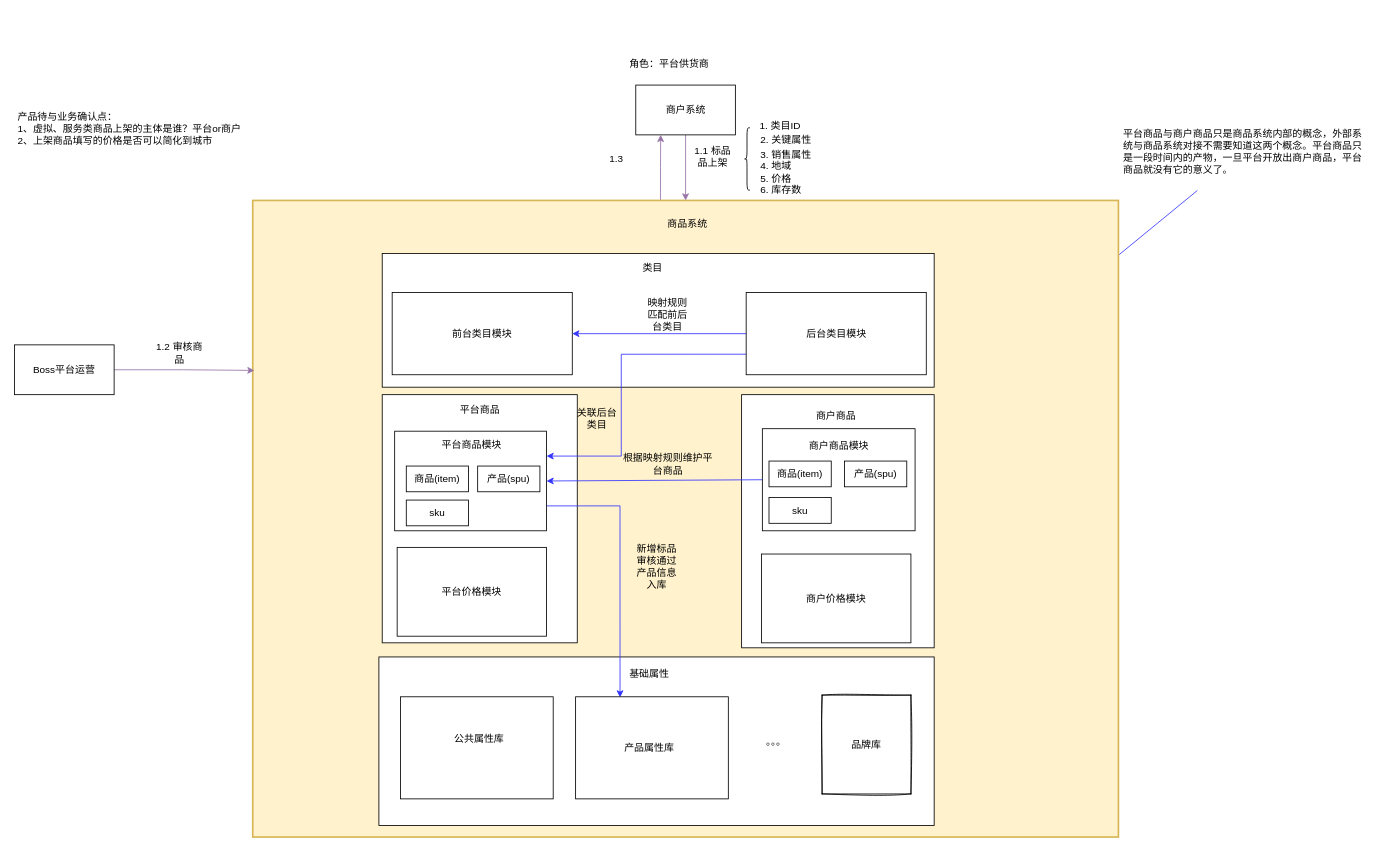
Earlier version of the draw.io diagram page "Page-8" (8 of 8) of docs/租赁平台.drawio (lokiworks/codebase). Source tidied: cells renumbered, new cells numbered last; positions are measured from the earlier drawing's top-left corner, leaving out a move shared by most shapes. Both pictures are drawn from the tidied source at 83%, with x=0, y=0 at pixel (14, 52).
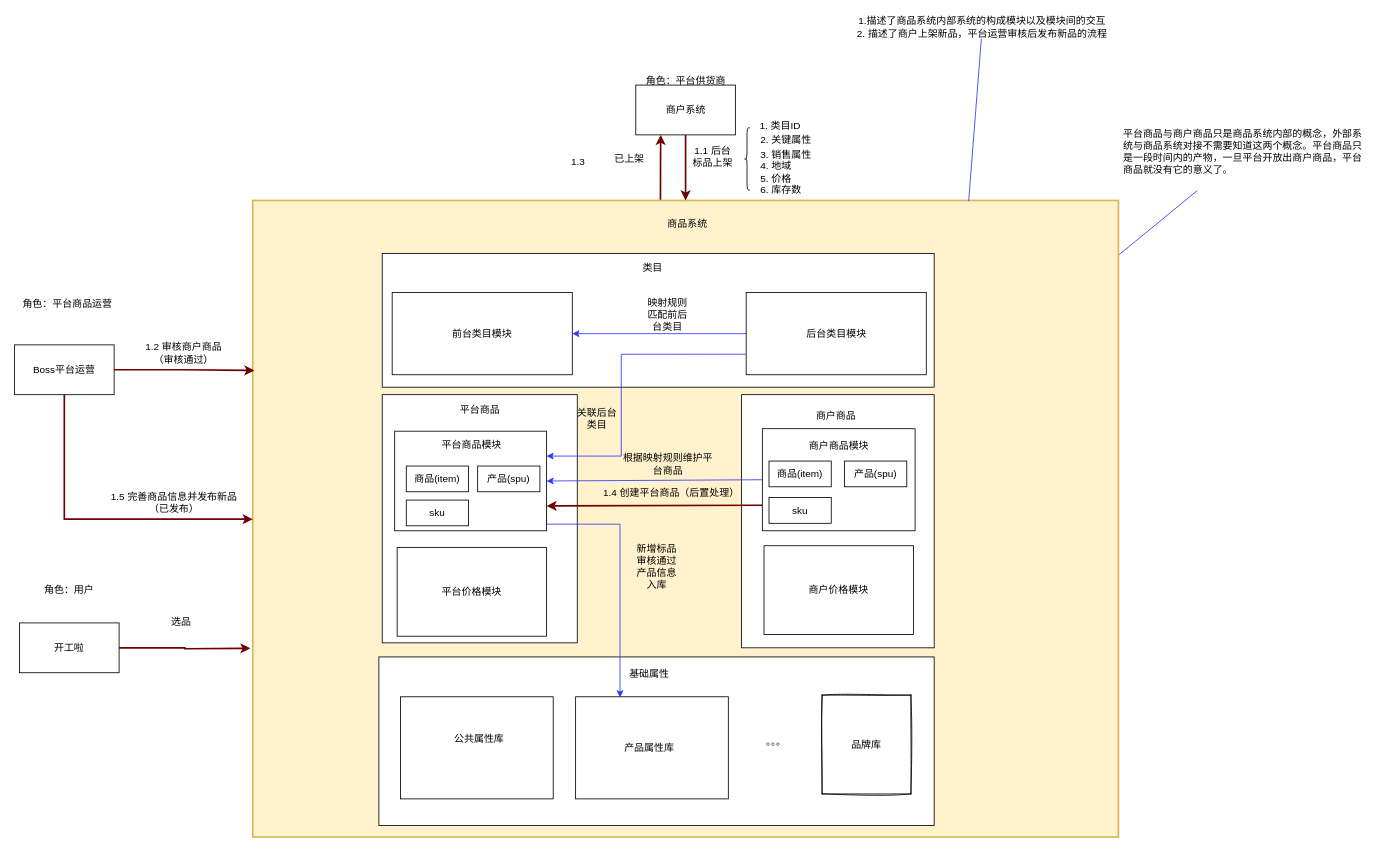
The same diagram, later.

The change refers to these unchanged cells:
```xml
<mxCell id="3" style="rounded=0;whiteSpace=wrap;html=1;sketch=0;strokeWidth=2;fillColor=#fff2cc;strokeColor=#d6b656;" parent="1" vertex="1">
  <mxGeometry x="287" y="178" width="1043" height="767" as="geometry" />
</mxCell>
<mxCell id="11" style="rounded=0;whiteSpace=wrap;html=1;" parent="1" vertex="1">
  <mxGeometry x="458" y="456" width="183" height="120" as="geometry" />
</mxCell>
<mxCell id="14" style="rounded=0;whiteSpace=wrap;html=1;" parent="1" vertex="1">
  <mxGeometry x="901" y="453" width="184" height="123" as="geometry" />
</mxCell>
<mxCell id="23" value="商户系统" style="rounded=0;whiteSpace=wrap;html=1;" parent="1" vertex="1">
  <mxGeometry x="748.5" y="39" width="120" height="60" as="geometry" />
</mxCell>
<mxCell id="29" value="Boss平台运营" style="rounded=0;whiteSpace=wrap;html=1;fontColor=#000000;" parent="1" vertex="1">
  <mxGeometry y="352" width="120" height="60" as="geometry" />
</mxCell>
<mxCell id="31" style="rounded=0;whiteSpace=wrap;html=1;" parent="30" vertex="1">
  <mxGeometry width="184" height="123" as="geometry" />
</mxCell>
```

Change to the diagram source:
```diff
@@
-    <mxCell id="2" style="edgeStyle=orthogonalEdgeStyle;rounded=0;jettySize=auto;html=1;entryX=0.25;entryY=1;entryDx=0;entryDy=0;fontColor=#000000;startArrow=none;startFill=0;endArrow=classic;endFill=1;strokeColor=#9673a6;exitX=0.471;exitY=0;exitDx=0;exitDy=0;exitPerimeter=0;fillColor=#e1d5e7;" parent="1" edge="1" source="3" target="23">
+    <mxCell id="2" style="edgeStyle=orthogonalEdgeStyle;rounded=0;jettySize=auto;html=1;entryX=0.25;entryY=1;entryDx=0;entryDy=0;fontColor=#000000;startArrow=none;startFill=0;endArrow=classic;endFill=1;strokeColor=#6F0000;exitX=0.471;exitY=0;exitDx=0;exitDy=0;exitPerimeter=0;fillColor=#a20025;strokeWidth=2;" parent="1" edge="1" source="3" target="23">
       <mxGeometry relative="1" as="geometry" />
     </mxCell>
@@
     <mxCell id="10" style="edgeStyle=orthogonalEdgeStyle;rounded=0;jettySize=auto;html=1;exitX=1;exitY=0.75;exitDx=0;exitDy=0;fontColor=#000000;startArrow=none;startFill=0;endArrow=classic;endFill=1;strokeColor=#3333FF;entryX=0.291;entryY=0.006;entryDx=0;entryDy=0;entryPerimeter=0;" parent="1" edge="1" source="11" target="31">
-      <mxGeometry relative="1" as="geometry" />
+      <mxGeometry relative="1" as="geometry">
+        <Array as="points">
+          <mxPoint x="641" y="568" />
+          <mxPoint x="729" y="568" />
+        </Array>
+      </mxGeometry>
     </mxCell>
@@
+    <mxCell id="59" style="edgeStyle=none;rounded=0;jettySize=auto;html=1;exitX=0;exitY=0.75;exitDx=0;exitDy=0;entryX=1;entryY=0.75;entryDx=0;entryDy=0;fontColor=#000000;startArrow=none;startFill=0;endArrow=classic;endFill=1;strokeColor=#6F0000;fillColor=#a20025;strokeWidth=2;" parent="1" edge="1" source="14" target="11">
+      <mxGeometry relative="1" as="geometry" />
+    </mxCell>
@@
-    <mxCell id="22" style="edgeStyle=orthogonalEdgeStyle;rounded=0;jettySize=auto;html=1;exitX=0.5;exitY=1;exitDx=0;exitDy=0;fontColor=#000000;startArrow=none;startFill=0;endArrow=classic;endFill=1;strokeColor=#9673a6;fillColor=#e1d5e7;" parent="1" edge="1" source="23" target="3">
+    <mxCell id="22" style="edgeStyle=orthogonalEdgeStyle;rounded=0;jettySize=auto;html=1;exitX=0.5;exitY=1;exitDx=0;exitDy=0;fontColor=#000000;startArrow=none;startFill=0;endArrow=classic;endFill=1;strokeColor=#6F0000;fillColor=#a20025;strokeWidth=2;" parent="1" edge="1" source="23" target="3">
       <mxGeometry relative="1" as="geometry" />
     </mxCell>
@@
-    <mxCell id="24" value="产品待与业务确认点：&lt;br&gt;1、虚拟、服务类商品上架的主体是谁？平台or商户&lt;br&gt;2、上架商品填写的价格是否可以简化到城市" style="text;html=1;strokeColor=none;fillColor=none;align=left;verticalAlign=middle;whiteSpace=wrap;rounded=0;" parent="1" vertex="1">
-      <mxGeometry x="2" y="71" width="278" height="42" as="geometry" />
-    </mxCell>
-    <mxCell id="25" value="角色：平台供货商" style="text;html=1;strokeColor=none;fillColor=none;align=center;verticalAlign=middle;whiteSpace=wrap;rounded=0;" parent="1" vertex="1">
-      <mxGeometry x="731" width="115.5" height="28" as="geometry" />
-    </mxCell>
-    <mxCell id="26" value="1.1 标品品上架" style="text;html=1;strokeColor=none;fillColor=none;align=center;verticalAlign=middle;whiteSpace=wrap;rounded=0;dashed=1;fontColor=#000000;" parent="1" vertex="1">
+    <mxCell id="26" value="1.1 后台标品上架" style="text;html=1;strokeColor=none;fillColor=none;align=center;verticalAlign=middle;whiteSpace=wrap;rounded=0;dashed=1;fontColor=#000000;" parent="1" vertex="1">
       <mxGeometry x="814" y="110" width="55" height="30" as="geometry" />
     </mxCell>
     <mxCell id="27" value="商户价格模块" style="rounded=0;whiteSpace=wrap;html=1;sketch=0;fontColor=#000000;" parent="1" vertex="1">
-      <mxGeometry x="900" y="604" width="180" height="107" as="geometry" />
+      <mxGeometry x="903" y="594" width="180" height="107" as="geometry" />
     </mxCell>
-    <mxCell id="28" style="edgeStyle=orthogonalEdgeStyle;rounded=0;jettySize=auto;html=1;exitX=1;exitY=0.5;exitDx=0;exitDy=0;entryX=0.002;entryY=0.267;entryDx=0;entryDy=0;entryPerimeter=0;fontColor=#000000;startArrow=none;startFill=0;endArrow=classic;endFill=1;strokeColor=#9673a6;fillColor=#e1d5e7;" parent="1" edge="1" source="29" target="3">
+    <mxCell id="28" style="edgeStyle=orthogonalEdgeStyle;rounded=0;jettySize=auto;html=1;exitX=1;exitY=0.5;exitDx=0;exitDy=0;entryX=0.002;entryY=0.267;entryDx=0;entryDy=0;entryPerimeter=0;fontColor=#000000;startArrow=none;startFill=0;endArrow=classic;endFill=1;strokeColor=#6F0000;fillColor=#a20025;strokeWidth=2;" parent="1" edge="1" source="29" target="3">
       <mxGeometry relative="1" as="geometry" />
     </mxCell>
+    <mxCell id="60" style="edgeStyle=orthogonalEdgeStyle;rounded=0;jettySize=auto;html=1;fontColor=#000000;startArrow=none;startFill=0;endArrow=classic;endFill=1;strokeColor=#6F0000;strokeWidth=2;fillColor=#a20025;" parent="1" edge="1" source="29" target="3">
+      <mxGeometry relative="1" as="geometry">
+        <Array as="points">
+          <mxPoint x="60" y="562" />
+        </Array>
+      </mxGeometry>
+    </mxCell>
@@
-    <mxCell id="55" value="1.2 审核商品" style="text;html=1;strokeColor=none;fillColor=none;align=center;verticalAlign=middle;whiteSpace=wrap;rounded=0;sketch=0;fontColor=#000000;" parent="1" vertex="1">
-      <mxGeometry x="169" y="347" width="60" height="30" as="geometry" />
+    <mxCell id="55" value="1.2 审核商户商品&lt;br&gt;（审核通过）" style="text;html=1;strokeColor=none;fillColor=none;align=center;verticalAlign=middle;whiteSpace=wrap;rounded=0;sketch=0;fontColor=#000000;" parent="1" vertex="1">
+      <mxGeometry x="152" y="343" width="104" height="38" as="geometry" />
     </mxCell>
@@
     <mxCell id="58" value="1.3&amp;nbsp;" style="text;html=1;strokeColor=none;fillColor=none;align=center;verticalAlign=middle;whiteSpace=wrap;rounded=0;sketch=0;fontColor=#000000;" parent="1" vertex="1">
-      <mxGeometry x="697" y="113" width="60" height="30" as="geometry" />
+      <mxGeometry x="651" y="117" width="60" height="30" as="geometry" />
     </mxCell>
+    <mxCell id="61" value="已上架" style="text;html=1;strokeColor=none;fillColor=none;align=center;verticalAlign=middle;whiteSpace=wrap;rounded=0;sketch=0;fontColor=#000000;" parent="1" vertex="1">
+      <mxGeometry x="711" y="113" width="60" height="30" as="geometry" />
+    </mxCell>
+    <mxCell id="62" style="rounded=0;jettySize=auto;html=1;entryX=0.827;entryY=0.001;entryDx=0;entryDy=0;entryPerimeter=0;fontColor=#000000;startArrow=none;startFill=0;endArrow=none;endFill=0;strokeColor=#3333FF;" parent="1" edge="1" source="63" target="3">
+      <mxGeometry relative="1" as="geometry" />
+    </mxCell>
+    <mxCell id="63" value="1.描述了商品系统内部系统的构成模块以及模块间的交互&lt;br&gt;2. 描述了商户上架新品，平台运营审核后发布新品的流程" style="text;html=1;strokeColor=none;fillColor=none;align=center;verticalAlign=middle;whiteSpace=wrap;rounded=0;sketch=0;fontColor=#000000;" parent="1" vertex="1">
+      <mxGeometry x="1010" y="-46" width="312" height="29" as="geometry" />
+    </mxCell>
+    <mxCell id="64" value="1.4 创建平台商品（后置处理）" style="text;html=1;strokeColor=none;fillColor=none;align=center;verticalAlign=middle;whiteSpace=wrap;rounded=0;sketch=1;fontColor=#000000;" parent="1" vertex="1">
+      <mxGeometry x="704" y="518" width="175" height="23" as="geometry" />
+    </mxCell>
+    <mxCell id="65" value="1.5 完善商品信息并发布新品&lt;br&gt;（已发布）" style="text;html=1;strokeColor=none;fillColor=none;align=center;verticalAlign=middle;whiteSpace=wrap;rounded=0;sketch=0;fontColor=#000000;" parent="1" vertex="1">
+      <mxGeometry x="106" y="529" width="173" height="25" as="geometry" />
+    </mxCell>
+    <mxCell id="66" style="edgeStyle=orthogonalEdgeStyle;rounded=0;jettySize=auto;html=1;exitX=1;exitY=0.5;exitDx=0;exitDy=0;fontColor=#000000;startArrow=none;startFill=0;endArrow=classic;endFill=1;strokeColor=#6F0000;strokeWidth=2;fillColor=#a20025;" parent="1" edge="1" source="67">
+      <mxGeometry relative="1" as="geometry">
+        <mxPoint x="284.3" y="717.6" as="targetPoint" />
+      </mxGeometry>
+    </mxCell>
+    <mxCell id="67" value="开工啦" style="rounded=0;whiteSpace=wrap;html=1;fontColor=#000000;" parent="1" vertex="1">
+      <mxGeometry x="6" y="687" width="120" height="60" as="geometry" />
+    </mxCell>
+    <mxCell id="68" value="角色：平台商品运营" style="text;html=1;strokeColor=none;fillColor=none;align=center;verticalAlign=middle;whiteSpace=wrap;rounded=0;" parent="1" vertex="1">
+      <mxGeometry x="6" y="289" width="115.5" height="28" as="geometry" />
+    </mxCell>
+    <mxCell id="25" value="角色：平台供货商" style="text;html=1;strokeColor=none;fillColor=none;align=center;verticalAlign=middle;whiteSpace=wrap;rounded=0;" parent="1" vertex="1">
+      <mxGeometry x="751" y="20" width="115.5" height="28" as="geometry" />
+    </mxCell>
+    <mxCell id="69" value="角色：用户" style="text;html=1;strokeColor=none;fillColor=none;align=center;verticalAlign=middle;whiteSpace=wrap;rounded=0;" parent="1" vertex="1">
+      <mxGeometry x="8.2" y="633.5" width="115.5" height="28" as="geometry" />
+    </mxCell>
+    <mxCell id="70" value="选品" style="text;html=1;strokeColor=none;fillColor=none;align=center;verticalAlign=middle;whiteSpace=wrap;rounded=0;sketch=0;fontColor=#000000;" parent="1" vertex="1">
+      <mxGeometry x="171" y="671" width="60" height="30" as="geometry" />
+    </mxCell>
```
